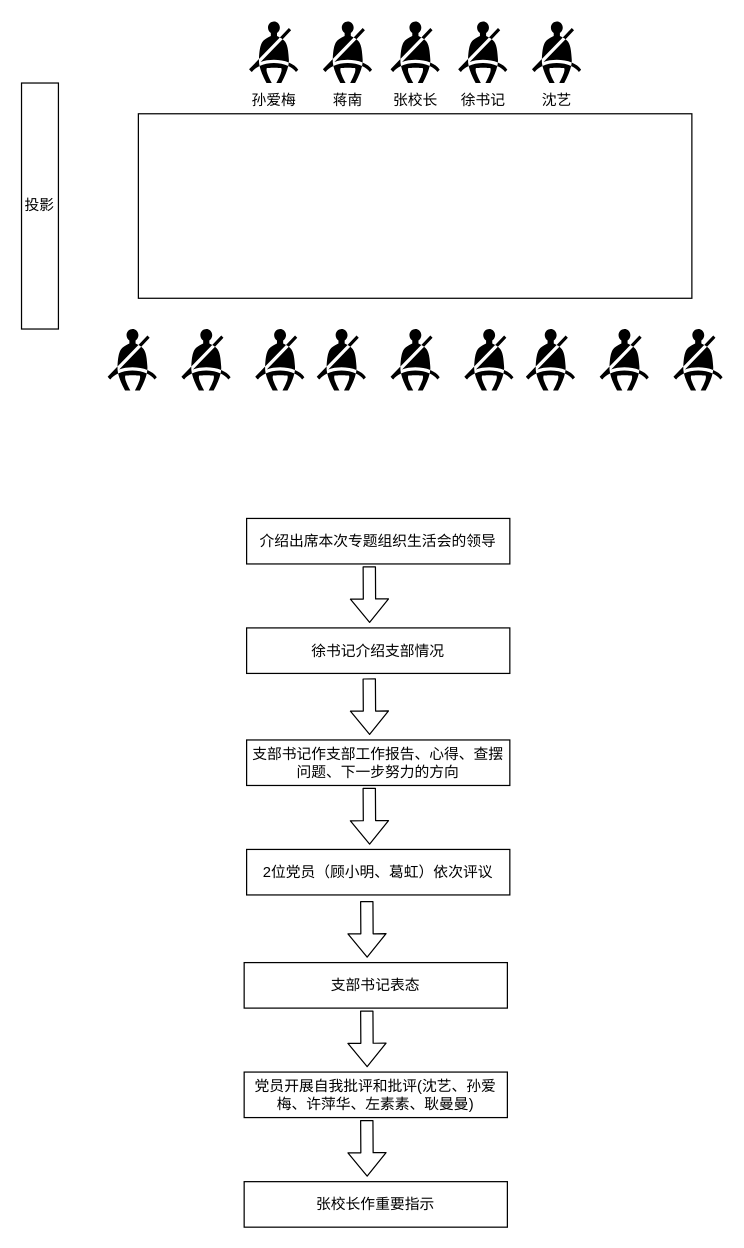
The draw.io diagram 专题组织生活会.drawio in yisqiu/SimpleMap-wx, before the edit. Source tidied: cells renumbered, new cells numbered last; positions are measured from the earlier drawing's top-left corner, leaving out a move shared by most shapes. Both pictures are drawn from the tidied source at 123%, with x=0, y=0 at pixel (21, 21).
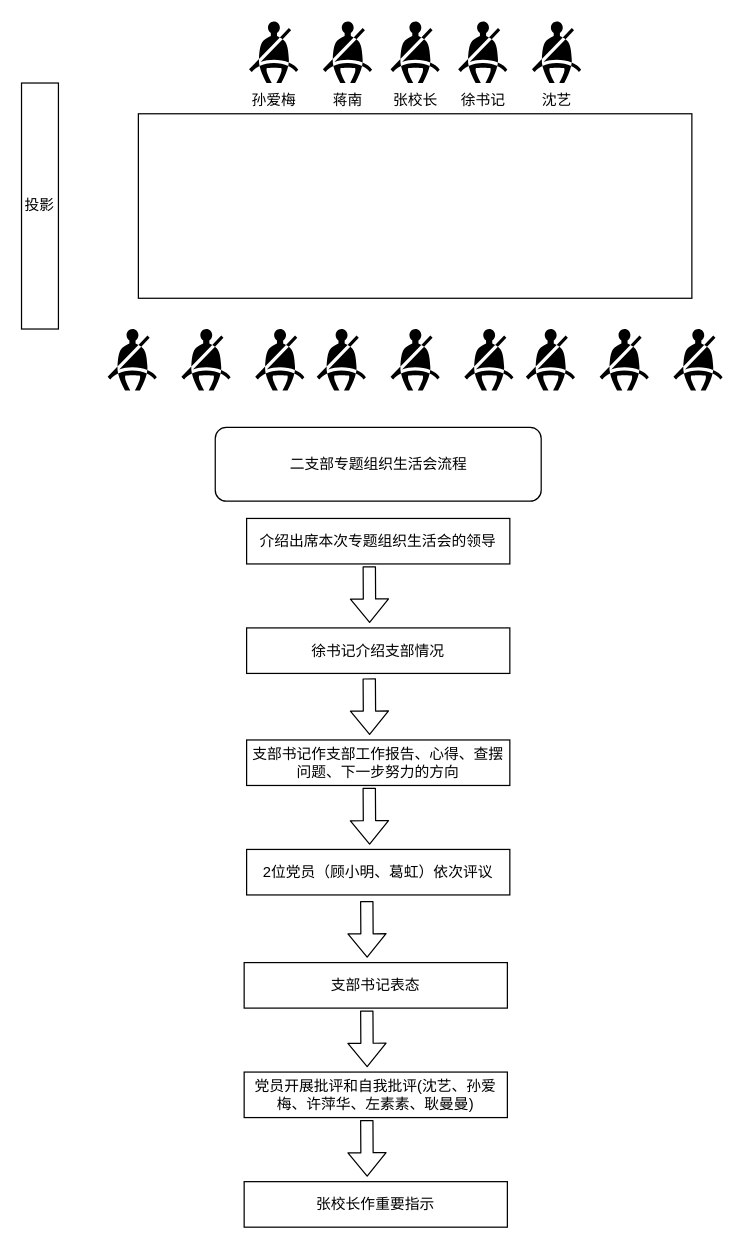
The same page after the edit.

Commit message:
更新专题组织生活会.drawio

Diff of the diagram source:
```diff
@@
-    <mxCell id="28" value="党员开展自我批评和批评(沈艺、孙爱梅、许萍华、左素素、耿曼曼)" style="rounded=0;whiteSpace=wrap;html=1;" parent="1" vertex="1">
+    <mxCell id="28" value="党员开展批评和自我批评(沈艺、孙爱梅、许萍华、左素素、耿曼曼)" style="rounded=0;whiteSpace=wrap;html=1;" parent="1" vertex="1">
       <mxGeometry x="181" y="854.1" width="214" height="37" as="geometry" />
     </mxCell>
@@
+    <mxCell id="31" value="二支部专题组织生活会流程" style="rounded=1;whiteSpace=wrap;html=1;" parent="1" vertex="1">
+      <mxGeometry x="157.5" y="330" width="265" height="60" as="geometry" />
+    </mxCell>
```
